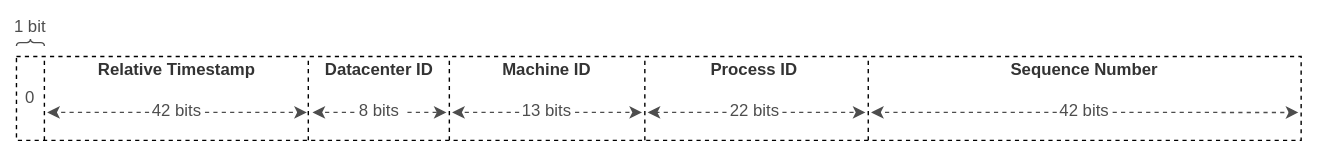
Before: docs/assets/message-id.svg, a diagram exported from draw.io (gsalomao/maxmq). Source tidied: cells renumbered, new cells last; positions are measured from the earlier drawing's top-left corner, leaving out a move shared by most shapes. Source of this version:
```xml
<mxGraphModel>
  <root>
    <mxCell id="0" />
    <mxCell id="1" parent="0" />
    <mxCell id="2" style="rounded=0;whiteSpace=wrap;html=1;dashed=1;strokeColor=none;fontSize=12;fontColor=#4D4D4D;fillColor=default;" parent="1" vertex="1">
      <mxGeometry width="940" height="110" as="geometry" />
    </mxCell>
    <mxCell id="3" style="rounded=0;whiteSpace=wrap;html=1;fillColor=default;dashed=1;" parent="1" vertex="1">
      <mxGeometry x="10" y="40" width="920" height="60" as="geometry" />
    </mxCell>
    <mxCell id="4" value="Relative Timestamp" style="text;html=1;strokeColor=none;fillColor=none;align=center;verticalAlign=middle;whiteSpace=wrap;rounded=0;dashed=1;fontSize=12;fontStyle=1;fontColor=#333333;" parent="1" vertex="1">
      <mxGeometry x="30" y="40" width="190" height="20" as="geometry" />
    </mxCell>
    <mxCell id="5" value="0" style="text;html=1;strokeColor=none;fillColor=none;align=center;verticalAlign=middle;whiteSpace=wrap;rounded=0;dashed=1;fontSize=12;fontColor=#4D4D4D;" parent="1" vertex="1">
      <mxGeometry x="10" y="40" width="20" height="60" as="geometry" />
    </mxCell>
    <mxCell id="6" style="edgeStyle=orthogonalEdgeStyle;rounded=0;jettySize=auto;html=1;fontSize=10;dashed=1;strokeColor=#4D4D4D;exitX=0;exitY=0.5;exitDx=0;exitDy=0;" parent="1" edge="1" source="8">
      <mxGeometry relative="1" as="geometry">
        <mxPoint x="32" y="80" as="targetPoint" />
      </mxGeometry>
    </mxCell>
    <mxCell id="7" style="edgeStyle=orthogonalEdgeStyle;rounded=0;jettySize=auto;html=1;dashed=1;fontSize=11;strokeColor=#4D4D4D;fontColor=#4D4D4D;exitX=1;exitY=0.5;exitDx=0;exitDy=0;" parent="1" edge="1" source="8">
      <mxGeometry relative="1" as="geometry">
        <mxPoint x="218" y="80" as="targetPoint" />
      </mxGeometry>
    </mxCell>
    <mxCell id="8" value="42 bits" style="text;html=1;strokeColor=none;fillColor=none;align=center;verticalAlign=middle;whiteSpace=wrap;rounded=0;dashed=1;fontSize=12;spacingTop=-3;fontColor=#4D4D4D;" parent="1" vertex="1">
      <mxGeometry x="105" y="70" width="40" height="20" as="geometry" />
    </mxCell>
    <mxCell id="9" style="endArrow=none;dashed=1;html=1;rounded=0;fontSize=10;entryX=1;entryY=0;entryDx=0;entryDy=0;" parent="1" edge="1" target="5">
      <mxGeometry relative="1" as="geometry">
        <mxPoint x="30" y="100" as="sourcePoint" />
      </mxGeometry>
    </mxCell>
    <mxCell id="10" style="endArrow=none;dashed=1;html=1;rounded=0;fontSize=10;entryX=1;entryY=0;entryDx=0;entryDy=0;" parent="1" edge="1">
      <mxGeometry relative="1" as="geometry">
        <mxPoint x="219" y="100" as="sourcePoint" />
        <mxPoint x="219" y="40" as="targetPoint" />
      </mxGeometry>
    </mxCell>
    <mxCell id="11" style="endArrow=none;dashed=1;html=1;rounded=0;fontSize=10;entryX=1;entryY=0;entryDx=0;entryDy=0;" parent="1" edge="1">
      <mxGeometry relative="1" as="geometry">
        <mxPoint x="620" y="100" as="sourcePoint" />
        <mxPoint x="620" y="40" as="targetPoint" />
      </mxGeometry>
    </mxCell>
    <mxCell id="12" value="Datacenter ID" style="text;html=1;strokeColor=none;fillColor=none;align=center;verticalAlign=middle;whiteSpace=wrap;rounded=0;dashed=1;fontSize=12;fontStyle=1;fontColor=#333333;" parent="1" vertex="1">
      <mxGeometry x="220" y="40" width="100" height="20" as="geometry" />
    </mxCell>
    <mxCell id="13" style="endArrow=none;dashed=1;html=1;rounded=0;fontSize=10;entryX=1;entryY=0;entryDx=0;entryDy=0;" parent="1" edge="1">
      <mxGeometry relative="1" as="geometry">
        <mxPoint x="320" y="100" as="sourcePoint" />
        <mxPoint x="320" y="40" as="targetPoint" />
      </mxGeometry>
    </mxCell>
    <mxCell id="14" value="Machine ID" style="text;html=1;strokeColor=none;fillColor=none;align=center;verticalAlign=middle;whiteSpace=wrap;rounded=0;dashed=1;fontSize=12;fontStyle=1;fontColor=#333333;" parent="1" vertex="1">
      <mxGeometry x="320" y="40" width="140" height="20" as="geometry" />
    </mxCell>
    <mxCell id="15" style="endArrow=none;dashed=1;html=1;rounded=0;fontSize=10;entryX=1;entryY=0;entryDx=0;entryDy=0;" parent="1" edge="1">
      <mxGeometry relative="1" as="geometry">
        <mxPoint x="460" y="100" as="sourcePoint" />
        <mxPoint x="460" y="40" as="targetPoint" />
      </mxGeometry>
    </mxCell>
    <mxCell id="16" value="Process ID" style="text;html=1;strokeColor=none;fillColor=none;align=center;verticalAlign=middle;whiteSpace=wrap;rounded=0;dashed=1;fontSize=12;fontStyle=1;fontColor=#333333;" parent="1" vertex="1">
      <mxGeometry x="457" y="40" width="163" height="20" as="geometry" />
    </mxCell>
    <mxCell id="17" value="Sequence Number" style="text;html=1;strokeColor=none;fillColor=none;align=center;verticalAlign=middle;whiteSpace=wrap;rounded=0;dashed=1;fontSize=12;fontStyle=1;fontColor=#333333;" parent="1" vertex="1">
      <mxGeometry x="620" y="40" width="310" height="20" as="geometry" />
    </mxCell>
    <mxCell id="18" style="edgeStyle=orthogonalEdgeStyle;rounded=0;orthogonalLoop=1;jettySize=auto;html=1;dashed=1;fontSize=9;fontColor=#4D4D4D;strokeColor=#4D4D4D;exitX=0;exitY=0.5;exitDx=0;exitDy=0;" parent="1" edge="1">
      <mxGeometry relative="1" as="geometry">
        <mxPoint x="252" y="80" as="sourcePoint" />
        <mxPoint x="222" y="80" as="targetPoint" />
      </mxGeometry>
    </mxCell>
    <mxCell id="19" style="edgeStyle=orthogonalEdgeStyle;rounded=0;jettySize=auto;html=1;dashed=1;strokeColor=#4D4D4D;fontSize=9;fontColor=#333333;exitX=0;exitY=0.5;exitDx=0;exitDy=0;" parent="1" edge="1" source="21">
      <mxGeometry relative="1" as="geometry">
        <mxPoint x="322" y="80" as="targetPoint" />
      </mxGeometry>
    </mxCell>
    <mxCell id="20" style="edgeStyle=orthogonalEdgeStyle;rounded=0;jettySize=auto;html=1;dashed=1;strokeColor=#4D4D4D;fontSize=9;fontColor=#333333;exitX=1;exitY=0.5;exitDx=0;exitDy=0;" parent="1" edge="1" source="21">
      <mxGeometry relative="1" as="geometry">
        <mxPoint x="458" y="80" as="targetPoint" />
      </mxGeometry>
    </mxCell>
    <mxCell id="21" value="13 bits" style="text;html=1;strokeColor=none;fillColor=none;align=center;verticalAlign=middle;whiteSpace=wrap;rounded=0;dashed=1;fontSize=12;spacingTop=-3;fontColor=#4D4D4D;" parent="1" vertex="1">
      <mxGeometry x="370" y="70" width="40" height="20" as="geometry" />
    </mxCell>
    <mxCell id="22" style="edgeStyle=orthogonalEdgeStyle;rounded=0;jettySize=auto;html=1;dashed=1;strokeColor=#4D4D4D;fontSize=9;fontColor=#333333;exitX=0;exitY=0.5;exitDx=0;exitDy=0;" parent="1" edge="1" source="24">
      <mxGeometry relative="1" as="geometry">
        <mxPoint x="462" y="80" as="targetPoint" />
      </mxGeometry>
    </mxCell>
    <mxCell id="23" style="edgeStyle=orthogonalEdgeStyle;rounded=0;jettySize=auto;html=1;dashed=1;strokeColor=#4D4D4D;fontSize=9;fontColor=#333333;exitX=1;exitY=0.5;exitDx=0;exitDy=0;" parent="1" edge="1" source="24">
      <mxGeometry relative="1" as="geometry">
        <mxPoint x="618" y="80" as="targetPoint" />
      </mxGeometry>
    </mxCell>
    <mxCell id="24" value="22 bits" style="text;html=1;strokeColor=none;fillColor=none;align=center;verticalAlign=middle;whiteSpace=wrap;rounded=0;dashed=1;fontSize=12;spacingTop=-3;fontColor=#4D4D4D;" parent="1" vertex="1">
      <mxGeometry x="518.5" y="70" width="40" height="20" as="geometry" />
    </mxCell>
    <mxCell id="25" style="edgeStyle=orthogonalEdgeStyle;rounded=0;jettySize=auto;html=1;dashed=1;strokeColor=#4D4D4D;fontSize=9;fontColor=#333333;exitX=0;exitY=0.5;exitDx=0;exitDy=0;" parent="1" edge="1" source="31">
      <mxGeometry relative="1" as="geometry">
        <mxPoint x="622" y="80" as="targetPoint" />
      </mxGeometry>
    </mxCell>
    <mxCell id="26" style="verticalLabelPosition=bottom;shadow=0;dashed=0;align=center;html=1;verticalAlign=top;strokeWidth=1;shape=mxgraph.mockup.markup.curlyBrace;strokeColor=#4D4D4D;fontSize=9;fontColor=#333333;fillColor=none;" parent="1" vertex="1">
      <mxGeometry x="10" y="20" width="20" height="20" as="geometry" />
    </mxCell>
    <mxCell id="27" value="1 bit" style="text;html=1;strokeColor=none;fillColor=none;align=center;verticalAlign=middle;whiteSpace=wrap;rounded=0;dashed=1;fontSize=12;spacingTop=-3;fontColor=#4D4D4D;" parent="1" vertex="1">
      <mxGeometry y="10" width="40" height="20" as="geometry" />
    </mxCell>
    <mxCell id="28" style="edgeStyle=orthogonalEdgeStyle;rounded=0;jettySize=auto;html=1;dashed=1;strokeColor=#4D4D4D;fontSize=12;fontColor=#4D4D4D;exitX=1;exitY=0.5;exitDx=0;exitDy=0;" parent="1" edge="1" source="29">
      <mxGeometry relative="1" as="geometry">
        <mxPoint x="318" y="80" as="targetPoint" />
      </mxGeometry>
    </mxCell>
    <mxCell id="29" value="8 bits" style="text;html=1;strokeColor=none;fillColor=none;align=center;verticalAlign=middle;whiteSpace=wrap;rounded=0;dashed=1;fontSize=12;spacingTop=-3;fontColor=#4D4D4D;" parent="1" vertex="1">
      <mxGeometry x="250" y="70" width="40" height="20" as="geometry" />
    </mxCell>
    <mxCell id="30" style="edgeStyle=orthogonalEdgeStyle;rounded=0;jettySize=auto;html=1;entryX=1;entryY=0.667;entryDx=0;entryDy=0;entryPerimeter=0;dashed=1;strokeColor=#4D4D4D;fontSize=12;fontColor=#4D4D4D;exitX=1;exitY=0.5;exitDx=0;exitDy=0;" parent="1" edge="1" source="31">
      <mxGeometry relative="1" as="geometry">
        <mxPoint x="928" y="80" as="targetPoint" />
      </mxGeometry>
    </mxCell>
    <mxCell id="31" value="42 bits" style="text;html=1;strokeColor=none;fillColor=none;align=center;verticalAlign=middle;whiteSpace=wrap;rounded=0;dashed=1;fontSize=12;spacingTop=-3;fontColor=#4D4D4D;" parent="1" vertex="1">
      <mxGeometry x="755" y="70" width="40" height="20" as="geometry" />
    </mxCell>
  </root>
</mxGraphModel>
```
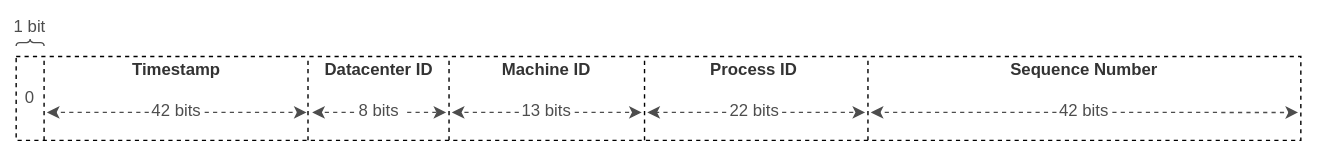
After the change.

Change to the diagram source:
```diff
@@ -8,7 +8,7 @@
     <mxCell id="3" style="rounded=0;whiteSpace=wrap;html=1;fillColor=default;dashed=1;" parent="1" vertex="1">
       <mxGeometry x="10" y="40" width="920" height="60" as="geometry" />
     </mxCell>
-    <mxCell id="4" value="Relative Timestamp" style="text;html=1;strokeColor=none;fillColor=none;align=center;verticalAlign=middle;whiteSpace=wrap;rounded=0;dashed=1;fontSize=12;fontStyle=1;fontColor=#333333;" parent="1" vertex="1">
+    <mxCell id="4" value="Timestamp" style="text;html=1;strokeColor=none;fillColor=none;align=center;verticalAlign=middle;whiteSpace=wrap;rounded=0;dashed=1;fontSize=12;fontStyle=1;fontColor=#333333;" parent="1" vertex="1">
       <mxGeometry x="30" y="40" width="190" height="20" as="geometry" />
     </mxCell>
     <mxCell id="5" value="0" style="text;html=1;strokeColor=none;fillColor=none;align=center;verticalAlign=middle;whiteSpace=wrap;rounded=0;dashed=1;fontSize=12;fontColor=#4D4D4D;" parent="1" vertex="1">
```
